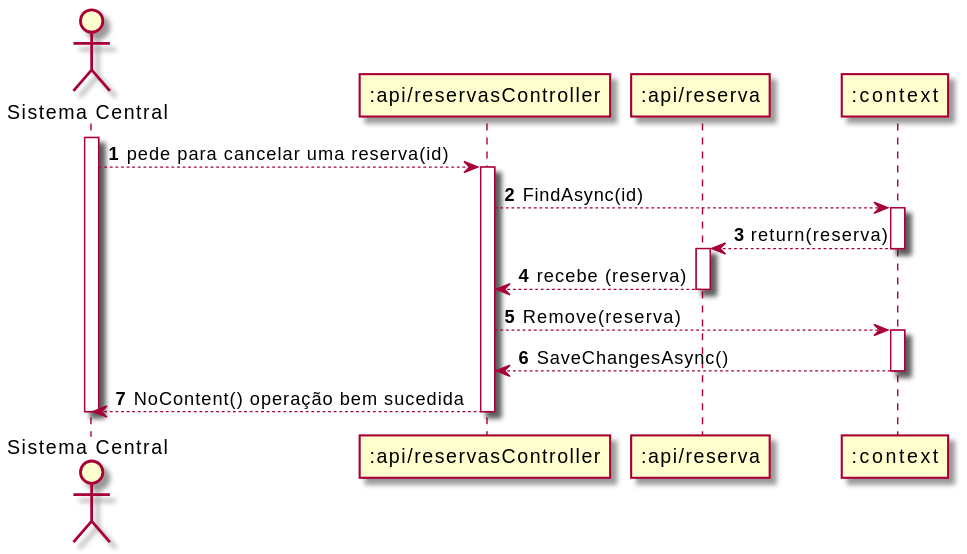
UPskillDOTNET/Jakim-das-Coives-S.A. keeps this PlantUML diagram as Documentos/Sprint2/UC3/UC3-SD.svg. Above is the earlier version.
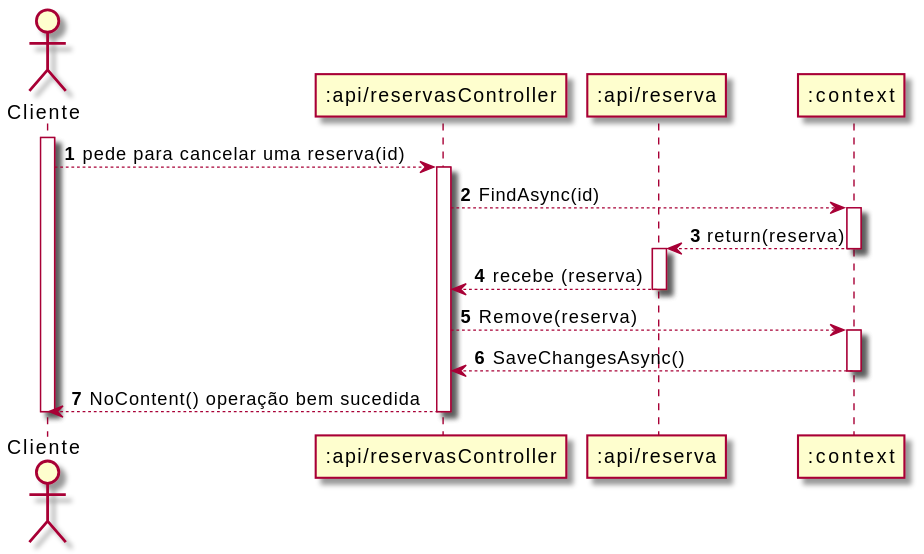
After the change.

Change to the diagram source:
```diff
@@ -1,6 +1,6 @@
 @startuml
 autonumber
-actor "Sistema Central" as SC
+actor "Cliente" as SC
 participant ":api/reservasController" as RC
 participant ":api/reserva" as R
 participant ":context" as C
```
